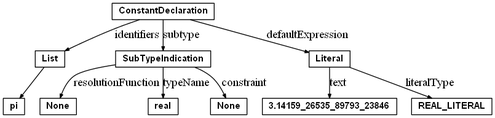
Above: document/Masterarbeit/images/ConstantDeclaration.png in chrreisinger/OpenVC (Graphviz), before the change. Its source is kept beside it as document/Masterarbeit/src/ConstantDeclaration.dot. Source of this version:
```dot
digraph {
	ordering=out;
	ranksep=.3;
	node [shape=box, fixedsize=false, fontsize=11, fontname="Helvetica-bold", width=.25, height=.25];
	edge [arrowsize=.5, color="black"]

	ConstantDeclaration;
	List;
	pi;
	SubTypeIndication;
	resolutionFunction [label="None"];
	real;
	constraint [label="None"];
	Literal;
	text [label="3.14159_26535_89793_23846"]
	REAL_LITERAL;

	ConstantDeclaration-> List [label="identifiers"]
	ConstantDeclaration -> SubTypeIndication [label="subtype"]
	List -> pi
	SubTypeIndication -> resolutionFunction [label="resolutionFunction"]
	SubTypeIndication -> real [label="typeName"]
	SubTypeIndication -> constraint [label="constraint"]
	ConstantDeclaration  -> Literal [label="defaultExpression"]
	Literal -> text [label="text"]
	Literal -> REAL_LITERAL [label="literalType"]
}
```
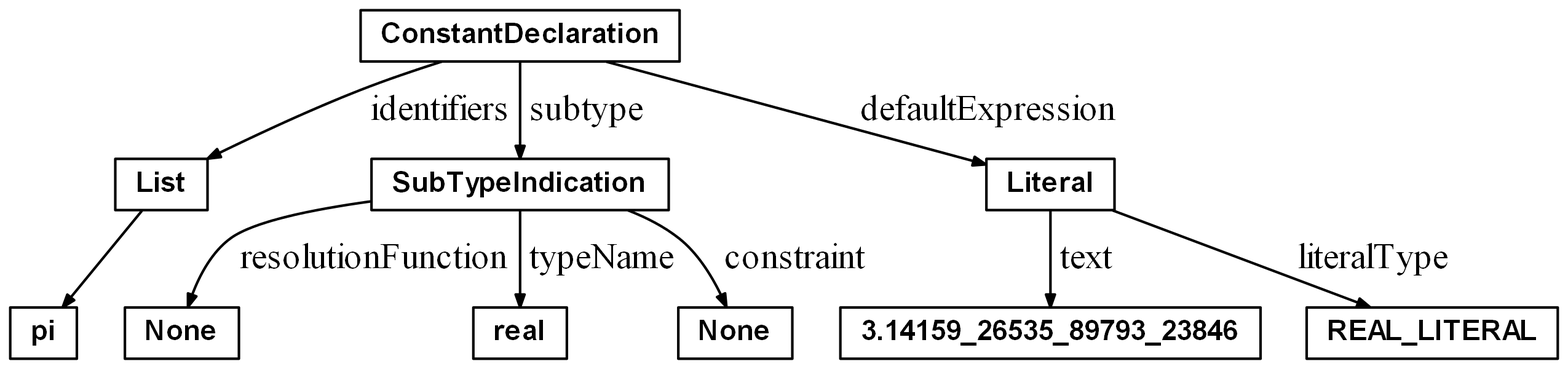
After the change.

Change to the diagram source:
```diff
@@ -1,4 +1,5 @@
 digraph {
+	graph [ dpi = 300 ];
 	ordering=out;
 	ranksep=.3;
 	node [shape=box, fixedsize=false, fontsize=11, fontname="Helvetica-bold", width=.25, height=.25];
@@ -15,13 +16,13 @@
 	text [label="3.14159_26535_89793_23846"]
 	REAL_LITERAL;
 
-	ConstantDeclaration-> List [label="identifiers"]
-	ConstantDeclaration -> SubTypeIndication [label="subtype"]
+	ConstantDeclaration-> List [label=" identifiers"]
+	ConstantDeclaration -> SubTypeIndication [label=" subtype"]
 	List -> pi
-	SubTypeIndication -> resolutionFunction [label="resolutionFunction"]
-	SubTypeIndication -> real [label="typeName"]
-	SubTypeIndication -> constraint [label="constraint"]
-	ConstantDeclaration  -> Literal [label="defaultExpression"]
-	Literal -> text [label="text"]
-	Literal -> REAL_LITERAL [label="literalType"]
+	SubTypeIndication -> resolutionFunction [label=" resolutionFunction"]
+	SubTypeIndication -> real [label=" typeName"]
+	SubTypeIndication -> constraint [label=" constraint"]
+	ConstantDeclaration  -> Literal [label=" defaultExpression"]
+	Literal -> text [label=" text"]
+	Literal -> REAL_LITERAL [label=" literalType"]
 }
```
